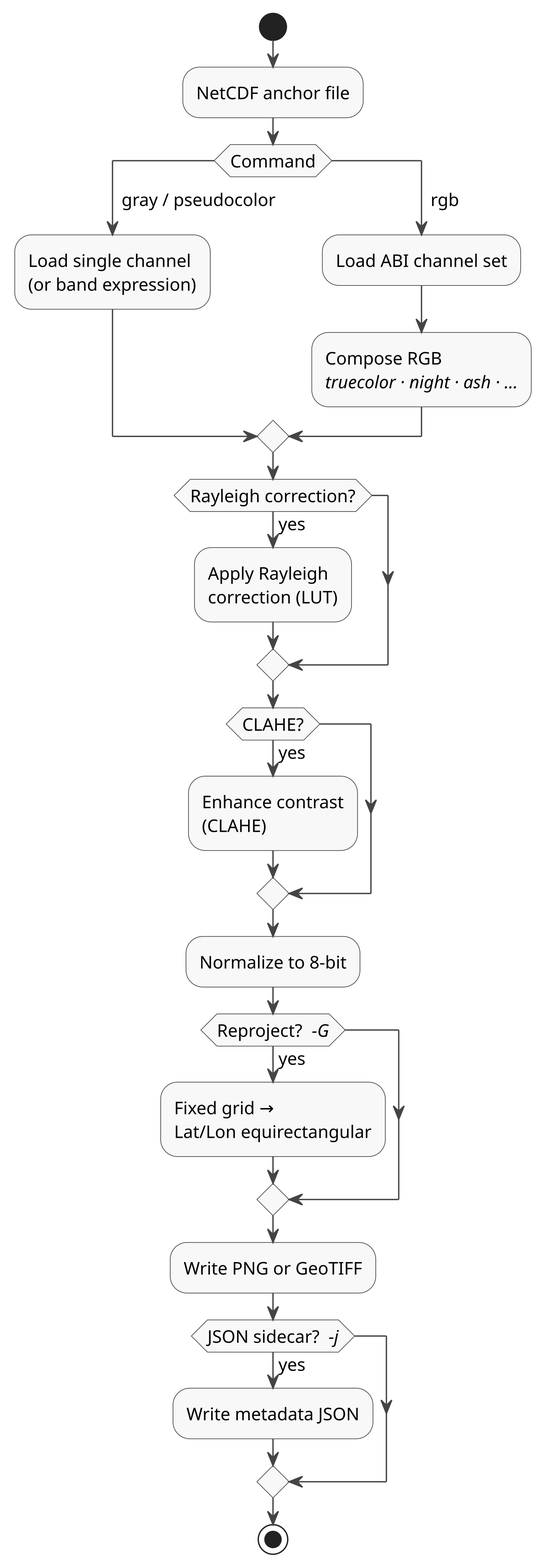
Earlier version of the PlantUML export paper/processing_workflow.png (asierra/hpsatviews). Its source is kept beside it as paper/processing_workflow.puml. The source it was exported from:
```plantuml
@startuml
skinparam DefaultFontSize 13
skinparam ActivityPadding 8
skinparam ArrowColor #444
skinparam ActivityBorderColor #444
skinparam ActivityBackgroundColor #F8F8F8
skinparam BackgroundColor white

start

:NetCDF anchor file;

switch (Command)
case (  gray / pseudocolor  )
  :Load single channel\n(or band expression);
case (  rgb  )
  :Load ABI channel set;
  :Compose RGB\n//truecolor · night · ash · …//;
endswitch

if (Rayleigh correction?) then (yes)
  :Apply Rayleigh\ncorrection (LUT);
endif

if (CLAHE?) then (yes)
  :Enhance contrast\n(CLAHE);
endif

:Normalize to 8-bit;

if (Reproject?  //-G//) then (yes)
  :Fixed grid →\nLat/Lon equirectangular;
endif

:Write PNG or GeoTIFF;

if (JSON sidecar?  //-j//) then (yes)
  :Write metadata JSON;
endif

stop
@enduml
```
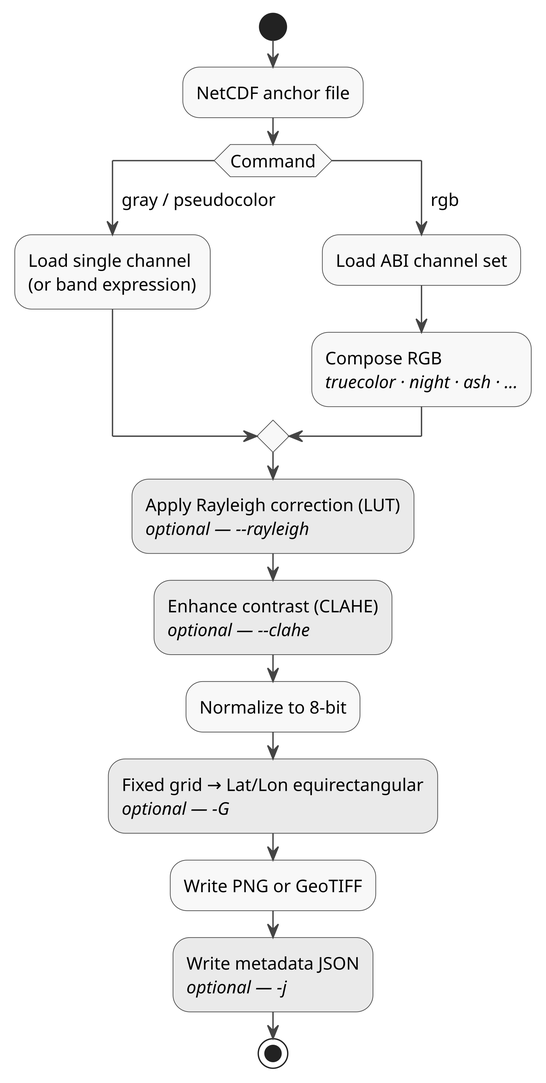
The same diagram one commit later.

Change to the diagram source:
```diff
@@ -18,25 +18,16 @@
   :Compose RGB\n//truecolor · night · ash · …//;
 endswitch
 
-if (Rayleigh correction?) then (yes)
-  :Apply Rayleigh\ncorrection (LUT);
-endif
-
-if (CLAHE?) then (yes)
-  :Enhance contrast\n(CLAHE);
-endif
+#EAEAEA:Apply Rayleigh correction (LUT)\n//optional — --rayleigh//;
+#EAEAEA:Enhance contrast (CLAHE)\n//optional — --clahe//;
 
 :Normalize to 8-bit;
 
-if (Reproject?  //-G//) then (yes)
-  :Fixed grid →\nLat/Lon equirectangular;
-endif
+#EAEAEA:Fixed grid → Lat/Lon equirectangular\n//optional — -G//;
 
 :Write PNG or GeoTIFF;
 
-if (JSON sidecar?  //-j//) then (yes)
-  :Write metadata JSON;
-endif
+#EAEAEA:Write metadata JSON\n//optional — -j//;
 
 stop
 @enduml
```
